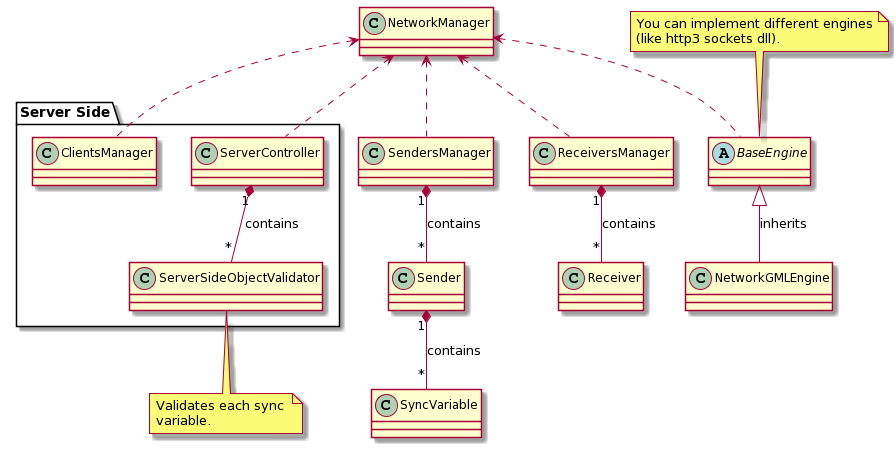
Before: docs/Diagrams/class_diagram.png, a diagram exported from PlantUML (lcnvdl/gms2-networking).
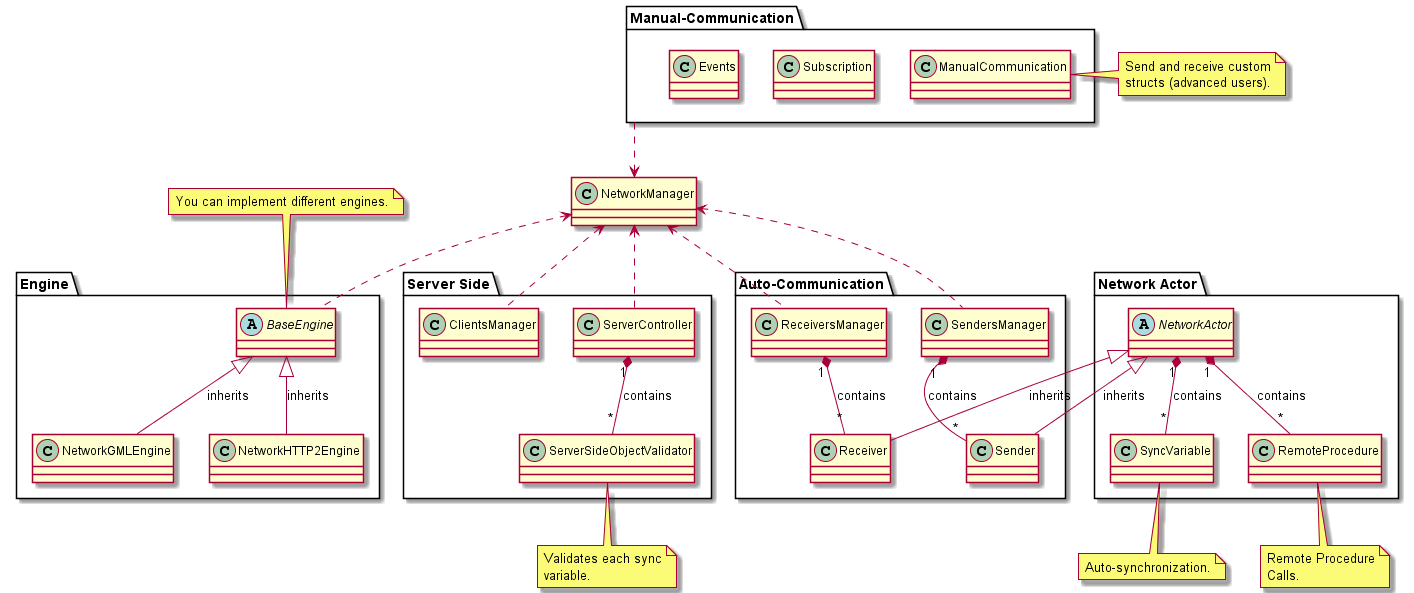
Later version of the same file.

What changed in the source:
```diff
@@ -1,11 +1,11 @@
 @startuml
 class NetworkManager
-class SyncVariable
-class Sender
-class SendersManager
-class ReceiversManager
-abstract class BaseEngine
-class NetworkGMLEngine
+
+package "Engine" {
+  abstract class BaseEngine
+  class NetworkGMLEngine
+  class NetworkHTTP2Engine
+}
 
 package "Server Side" {
   class ClientsManager
@@ -13,8 +13,30 @@
   class ServerSideObjectValidator
 }
 
-note top of BaseEngine: You can implement different engines\n(like http3 sockets dll).
-note bottom of ServerSideObjectValidator: Validates each sync \nvariable.
+package "Auto-Communication" {
+  class SendersManager
+  class ReceiversManager
+  class Receiver
+  class Sender
+}
+
+package "Manual-Communication" {
+  class Subscription
+  class Events
+  class ManualCommunication
+}
+
+package "Network Actor" {
+  abstract class NetworkActor
+  class SyncVariable
+  class RemoteProcedure
+}
+
+note right of ManualCommunication: Send and receive custom\nstructs (advanced users).
+note top of BaseEngine: You can implement different engines.
+note bottom of ServerSideObjectValidator: Validates each sync\nvariable.
+note bottom of SyncVariable: Auto-synchronization.
+note bottom of RemoteProcedure: Remote Procedure\nCalls.
 
 NetworkManager <.. SendersManager
 NetworkManager <.. ReceiversManager
@@ -23,12 +45,18 @@
 NetworkManager <.. ServerController
 
 BaseEngine <|-- NetworkGMLEngine : inherits
+BaseEngine <|-- NetworkHTTP2Engine : inherits
+NetworkActor <|-- Sender : inherits
+NetworkActor <|-- Receiver : inherits
 
 SendersManager "1" *-- "*" Sender : contains
 
 ReceiversManager "1" *-- "*" Receiver : contains
 
-Sender "1" *-- "*" SyncVariable : contains
+NetworkActor "1" *-- "*" SyncVariable : contains
+NetworkActor "1" *-- "*" RemoteProcedure : contains
 
 ServerController "1" *-- "*" ServerSideObjectValidator : contains
+
+"Manual-Communication" ..> NetworkManager
 @enduml
```
